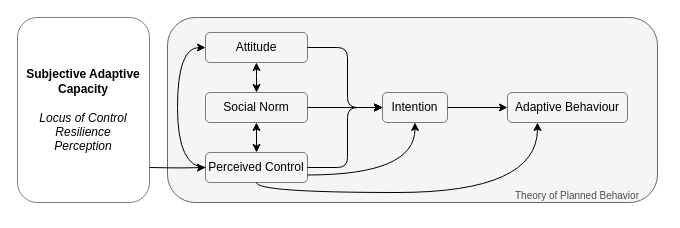
The draw.io diagram Objective3FrameworkAdaptiveBehaviorsAC.drawio in dealchre/gradDrawio, before the edit. Source tidied: cells renumbered, new cells numbered last; positions are measured from the earlier drawing's top-left corner, leaving out a move shared by most shapes. Both pictures are drawn from the tidied source at 100%, with x=0, y=0 at pixel (17, 17).
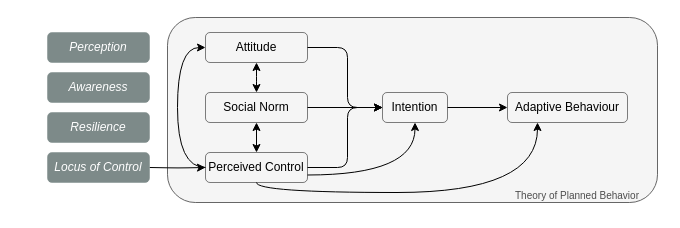
The same page after the edit.

The edit, as a diff of the source:
```diff
@@
-    <mxCell id="19" value="&lt;b&gt;Subjective Adaptive Capacity&lt;/b&gt;&lt;div&gt;&lt;br&gt;&lt;/div&gt;&lt;div&gt;&lt;i&gt;Locus of Control&lt;/i&gt;&lt;/div&gt;&lt;div&gt;&lt;i&gt;Resilience&lt;/i&gt;&lt;/div&gt;&lt;div&gt;&lt;i&gt;Perception&lt;/i&gt;&lt;/div&gt;" style="text;html=1;align=center;verticalAlign=middle;whiteSpace=wrap;rounded=1;strokeColor=default;strokeWidth=0.5;" parent="1" vertex="1">
-      <mxGeometry width="132" height="185" as="geometry" />
-    </mxCell>
+    <mxCell id="20" value="&lt;i&gt;Locus of Control&lt;/i&gt;" style="text;html=1;align=center;verticalAlign=middle;whiteSpace=wrap;rounded=1;strokeColor=#7D8A89;strokeWidth=0.5;fillColor=#7D8A89;fontColor=#ffffff;" parent="1" vertex="1">
+      <mxGeometry x="30" y="135" width="102" height="30" as="geometry" />
+    </mxCell>
+    <mxCell id="21" value="&lt;i&gt;Resilience&lt;/i&gt;" style="text;html=1;align=center;verticalAlign=middle;whiteSpace=wrap;rounded=1;strokeColor=#7D8A89;strokeWidth=0.5;fillColor=#7D8A89;fontColor=#ffffff;" parent="1" vertex="1">
+      <mxGeometry x="30" y="95" width="102" height="30" as="geometry" />
+    </mxCell>
+    <mxCell id="22" value="&lt;i&gt;Awareness&lt;/i&gt;" style="text;html=1;align=center;verticalAlign=middle;whiteSpace=wrap;rounded=1;strokeColor=#7D8A89;strokeWidth=0.5;fillColor=#7D8A89;fontColor=#ffffff;" parent="1" vertex="1">
+      <mxGeometry x="30" y="55" width="102" height="30" as="geometry" />
+    </mxCell>
+    <mxCell id="23" value="&lt;i&gt;Perception&lt;/i&gt;" style="text;html=1;align=center;verticalAlign=middle;whiteSpace=wrap;rounded=1;strokeColor=#7D8A89;strokeWidth=0.5;fillColor=#7D8A89;fontColor=#ffffff;" parent="1" vertex="1">
+      <mxGeometry x="30" y="15" width="102" height="30" as="geometry" />
+    </mxCell>
```
